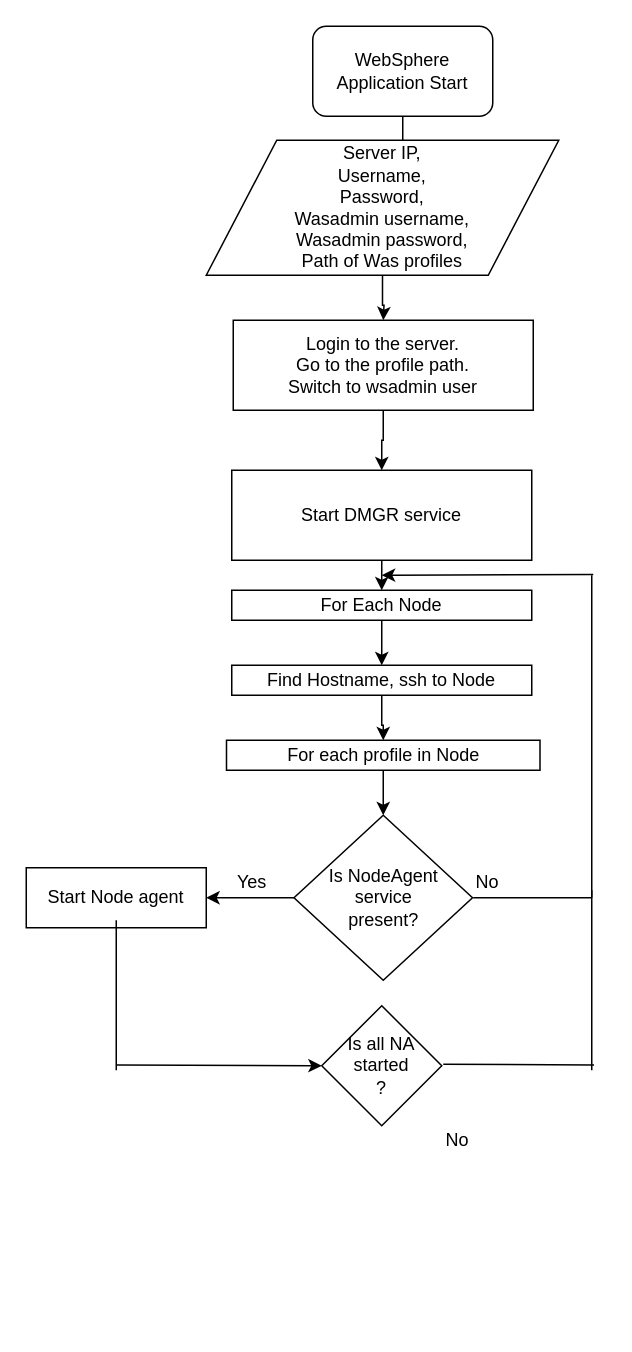
Above: Untitled Diagram.drawio in shobith-chadaga/Angular-GettingStarted (draw.io), before the change. Source tidied: cells renumbered, new cells numbered last; positions are measured from the earlier drawing's top-left corner, leaving out a move shared by most shapes. Both pictures are drawn from the tidied source at 150%, with x=0, y=0 at pixel (26, 26).
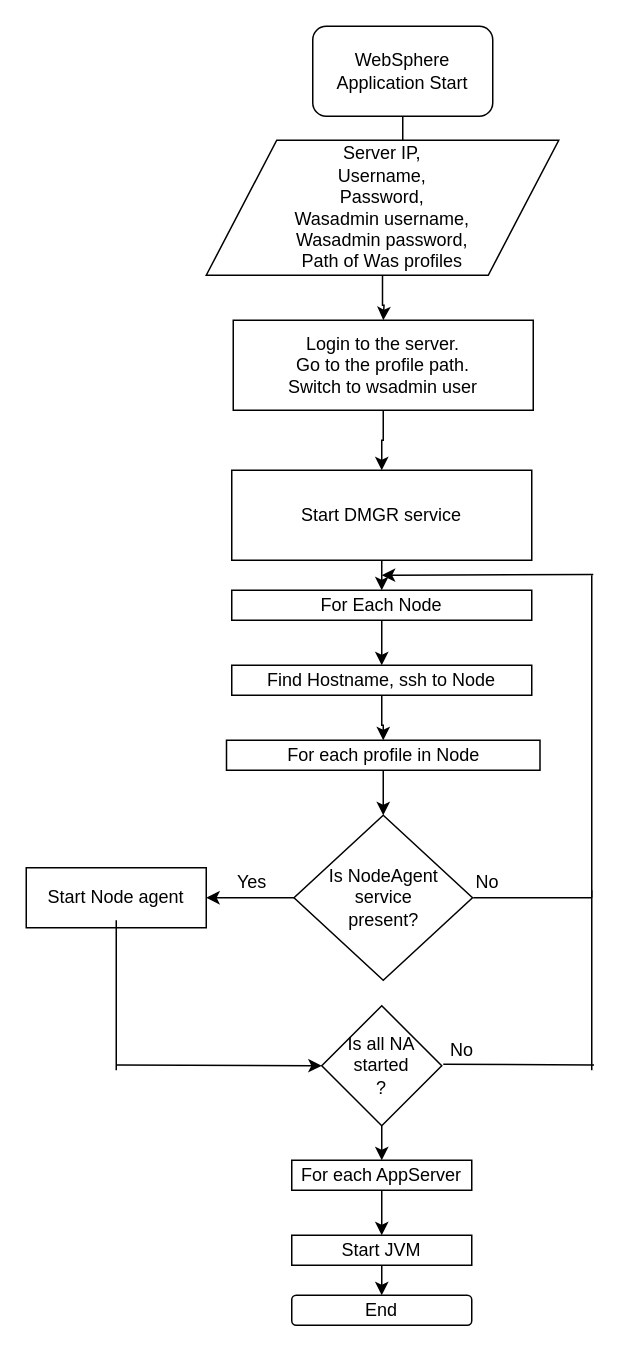
After the change.

Unchanged cells that the change refers to:
```xml
<mxCell id="23" value="Is all NA&lt;br&gt;started&lt;br&gt;?" style="rhombus;whiteSpace=wrap;html=1;" parent="1" vertex="1">
  <mxGeometry x="197" y="653" width="80" height="80" as="geometry" />
</mxCell>
```

What changed in the source:
```diff
@@
+    <mxCell id="30" style="edgeStyle=orthogonalEdgeStyle;rounded=0;jettySize=auto;html=1;" parent="1" edge="1" source="23">
+      <mxGeometry relative="1" as="geometry">
+        <mxPoint x="237" y="756" as="targetPoint" />
+      </mxGeometry>
+    </mxCell>
@@
     <mxCell id="25" value="No" style="text;html=1;align=left;verticalAlign=top;spacingTop=-4;" parent="1" vertex="1">
-      <mxGeometry x="278" y="733" width="30" height="20" as="geometry" />
+      <mxGeometry x="281" y="673" width="30" height="20" as="geometry" />
     </mxCell>
@@
+    <mxCell id="31" style="edgeStyle=orthogonalEdgeStyle;rounded=0;jettySize=auto;html=1;" parent="1" edge="1" source="32" target="34">
+      <mxGeometry relative="1" as="geometry" />
+    </mxCell>
+    <mxCell id="32" value="For each AppServer" style="rounded=0;whiteSpace=wrap;html=1;" parent="1" vertex="1">
+      <mxGeometry x="177" y="756" width="120" height="20" as="geometry" />
+    </mxCell>
+    <mxCell id="33" style="edgeStyle=orthogonalEdgeStyle;rounded=0;jettySize=auto;html=1;" parent="1" edge="1" source="34">
+      <mxGeometry relative="1" as="geometry">
+        <mxPoint x="237" y="846" as="targetPoint" />
+      </mxGeometry>
+    </mxCell>
+    <mxCell id="34" value="Start JVM" style="rounded=0;whiteSpace=wrap;html=1;" parent="1" vertex="1">
+      <mxGeometry x="177" y="806" width="120" height="20" as="geometry" />
+    </mxCell>
+    <mxCell id="35" value="End" style="rounded=1;whiteSpace=wrap;html=1;" parent="1" vertex="1">
+      <mxGeometry x="177" y="846" width="120" height="20" as="geometry" />
+    </mxCell>
```
